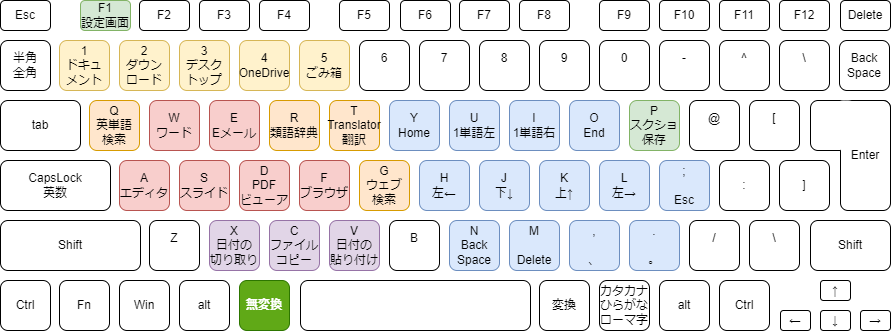
This is img/keyboard.png from kimushun1101/muhenkan-switch, a draw.io export, as it was before one commit. Source tidied: cells renumbered, new cells last; positions are measured from the earlier drawing's top-left corner, leaving out a move shared by most shapes.
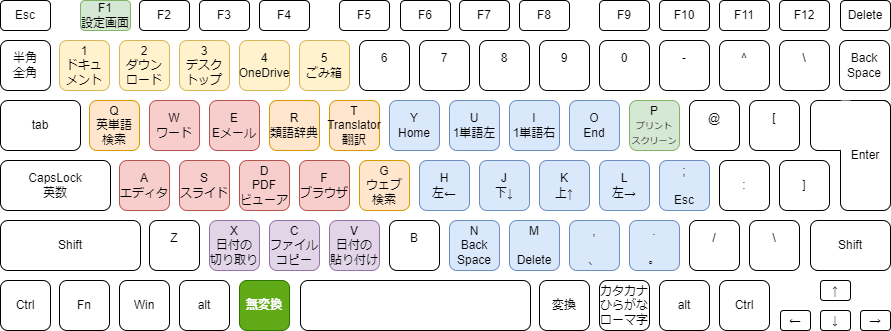
After the commit.

The edit, as a diff of the source:
```diff
@@ -86,7 +86,7 @@
     <mxCell id="29" value=";&lt;br&gt;&lt;br style=&quot;border-color: var(--border-color);&quot;&gt;Esc" style="rounded=1;whiteSpace=wrap;html=1;fillColor=#dae8fc;strokeColor=#6c8ebf;" parent="1" vertex="1">
       <mxGeometry x="659" y="160" width="50" height="50" as="geometry" />
     </mxCell>
-    <mxCell id="30" value="P&lt;br&gt;スクショ&lt;br&gt;保存" style="rounded=1;whiteSpace=wrap;html=1;fillColor=#d5e8d4;strokeColor=#82b366;" parent="1" vertex="1">
+    <mxCell id="30" value="P&lt;br&gt;&lt;font style=&quot;font-size: 9px;&quot;&gt;プリント&lt;br&gt;スクリーン&lt;/font&gt;" style="rounded=1;whiteSpace=wrap;html=1;fillColor=#d5e8d4;strokeColor=#82b366;" parent="1" vertex="1">
       <mxGeometry x="629" y="100" width="50" height="50" as="geometry" />
     </mxCell>
     <mxCell id="31" value="O&lt;br&gt;End&lt;br&gt;" style="rounded=1;whiteSpace=wrap;html=1;fillColor=#dae8fc;strokeColor=#6c8ebf;" parent="1" vertex="1">
```
